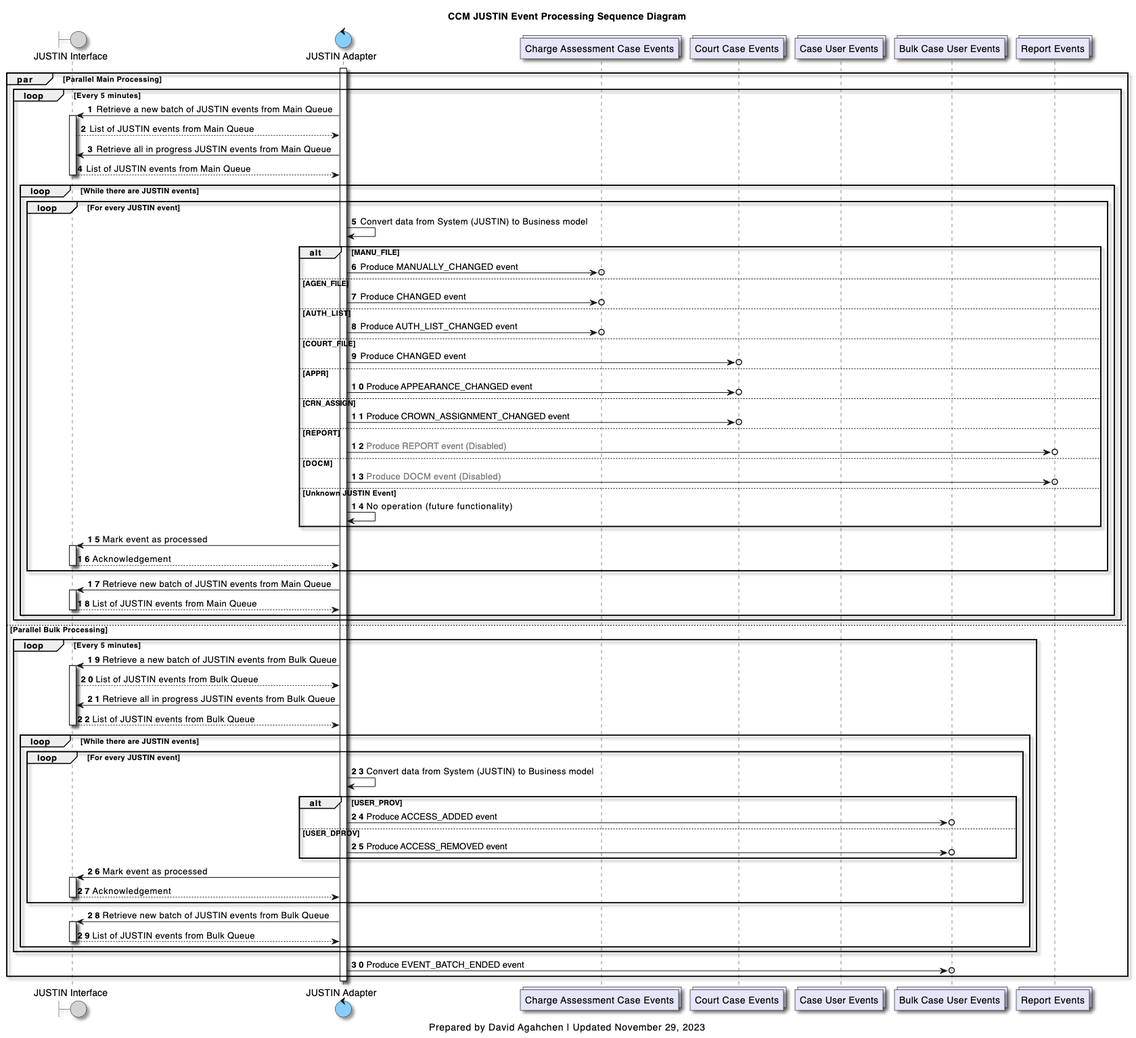
Before: diagrams/img/ccm_justin_event_processing_sequence_diagram.png, a diagram exported from PlantUML (bcgov/jpss-jade-ccm). Its source is kept beside it as diagrams/ccm_justin_event_processing_sequence_diagram.plantuml.
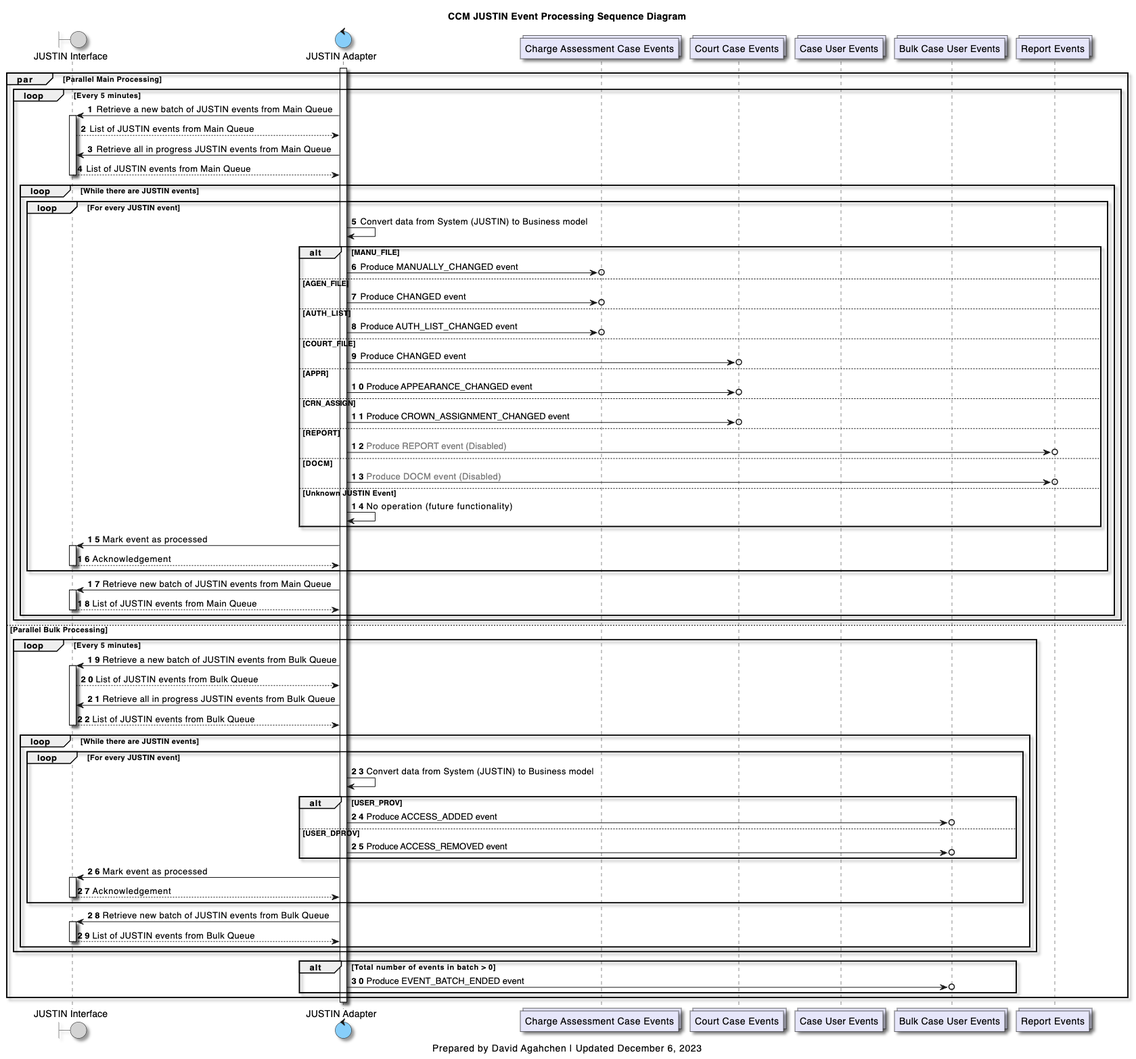
Later version of the same file.

Commit message:
Fix diagram for EVENT_BATCH_ENDED event handling

The edit, as a diff of the source:
```diff
@@ -98,12 +98,13 @@
         end
     end
 
-    j_adapter ->o bulk_case_users_topic : Produce EVENT_BATCH_ENDED event
-
+    alt Total number of events in batch > 0
+        j_adapter ->o bulk_case_users_topic : Produce EVENT_BATCH_ENDED event
+    end
 end
 deactivate j_adapter
 
 caption
-Prepared by David Agahchen | Updated November 29, 2023
+Prepared by David Agahchen | Updated December 6, 2023
 end caption
 @enduml
```
